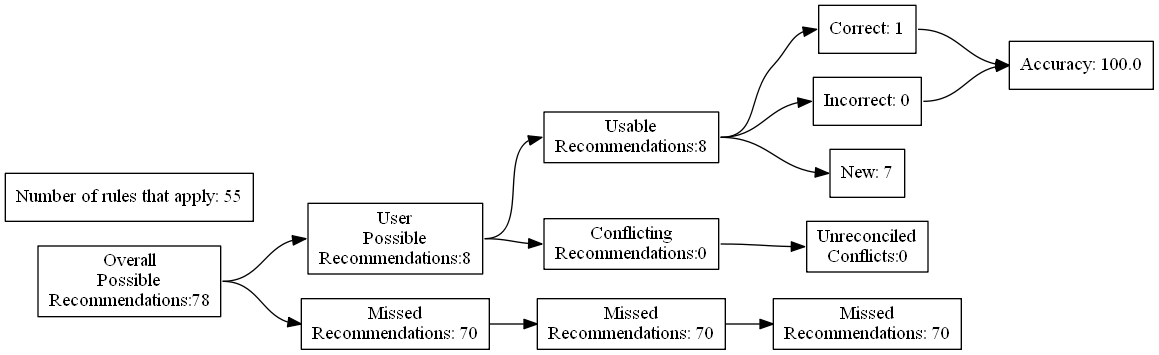
ZaxR/ibd_diet_analysis keeps this Graphviz diagram as test_renders/11.gv.png. Above is the earlier version. Its source is kept beside it as test_renders/11.gv.
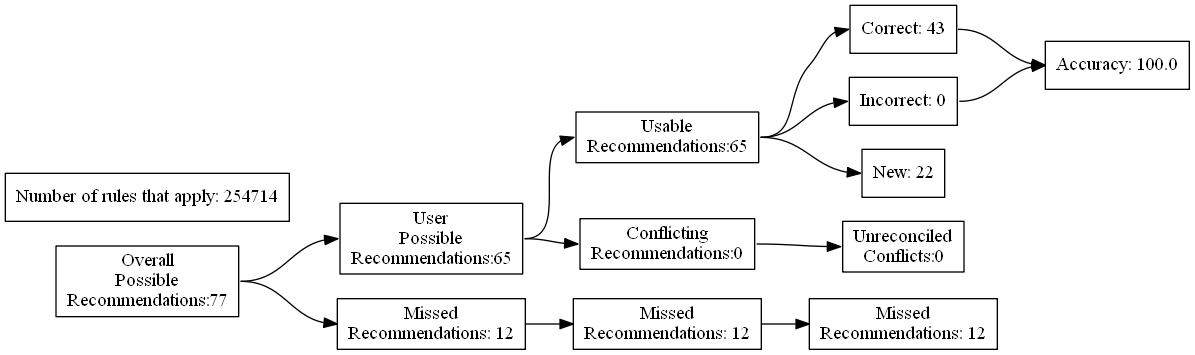
The same file after the commit.

What changed in the source:
```diff
@@ -4,27 +4,27 @@
 	edge [headport=w tailport=e]
 		A [label="Overall
 Possible
-Recommendations:78"]
+Recommendations:77"]
 		B [label="User
 Possible
-Recommendations:8"]
+Recommendations:65"]
 		C [label="Missed
-Recommendations: 70"]
+Recommendations: 12"]
 		D [label="Usable
-Recommendations:8"]
+Recommendations:65"]
 		E [label="Conflicting
 Recommendations:0"]
 		J [label="Missed
-Recommendations: 70"]
+Recommendations: 12"]
 		M [label="Unreconciled
 Conflicts:0"]
-		F [label="Correct: 1"]
+		F [label="Correct: 43"]
 		G [label="Incorrect: 0"]
-		H [label="New: 7"]
+		H [label="New: 22"]
 		K [label="Missed
-Recommendations: 70"]
+Recommendations: 12"]
 		I [label="Accuracy: 100.0"]
-		l [label="Number of rules that apply: 55"]
+		l [label="Number of rules that apply: 254714"]
 			A -> B
 			A -> C
 			B -> D
```
